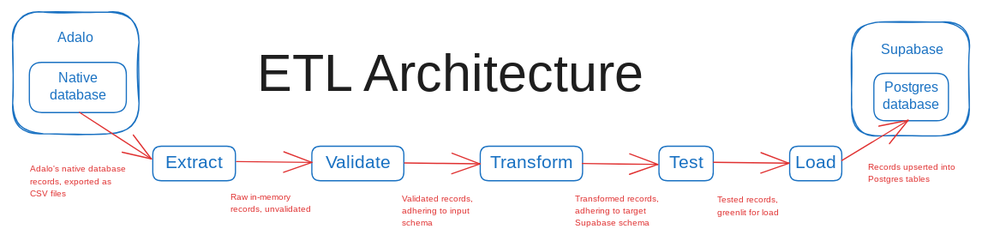
This is arch.excalidraw.svg from jperezopt/everloop-etl, a Excalidraw export, as it was before one commit. Source tidied: one line per element, renumbered; positions are measured from the earlier drawing's top-left corner, leaving out a move shared by most shapes.
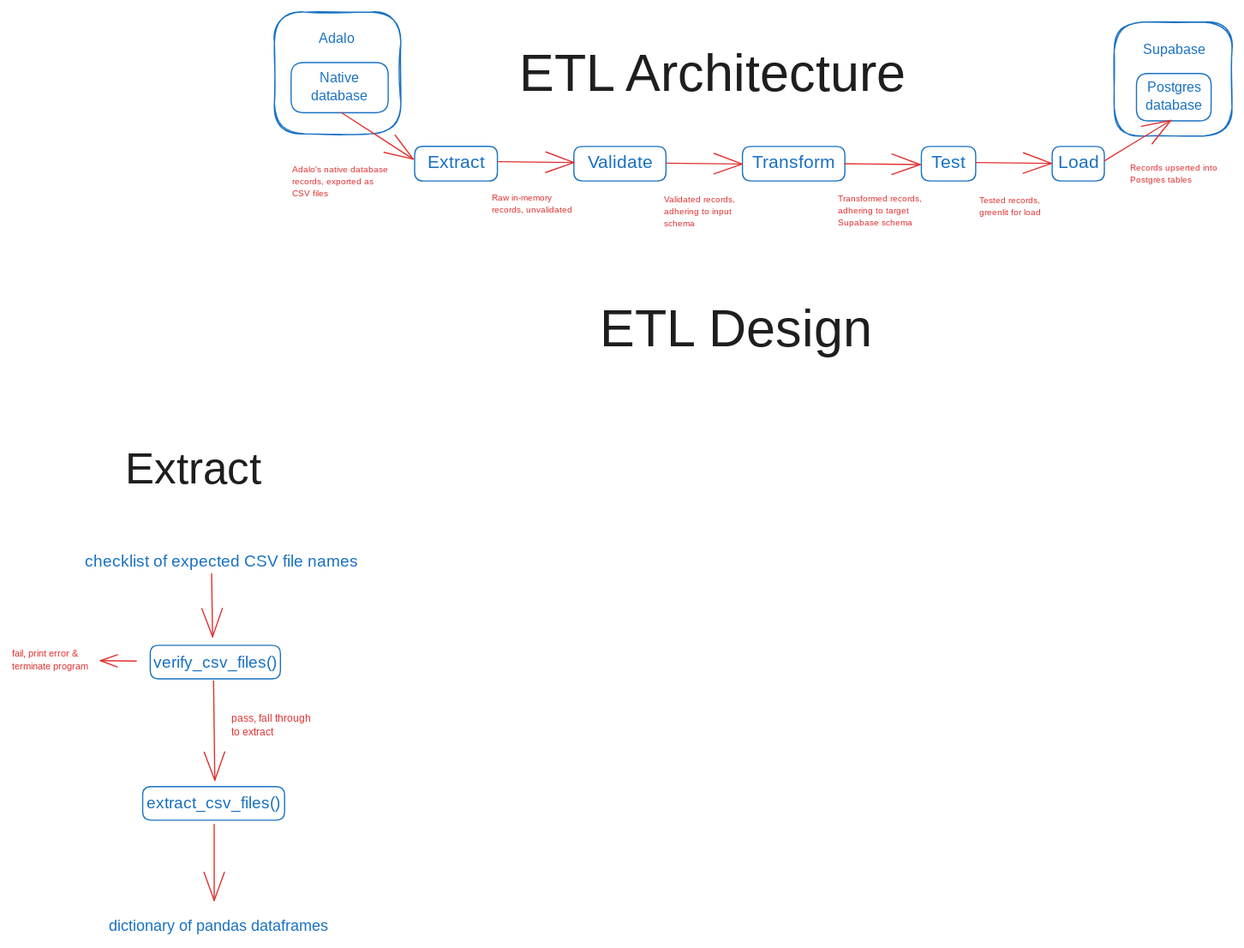
Above is the later version.

Commit message:
add extract design diagram

The edit, as a diff of the source:
```diff
@@ -17,6 +17,8 @@
 {"id": 16, "type": "rectangle", "strokeColor": "#1971c2", "strokeWidth": 1, "roughness": 0, "round": true, "x": 649, "y": 112, "width": 44, "height": 29}
 {"id": 17, "type": "text", "text": "Load", "strokeColor": "#1971c2", "strokeWidth": 1, "roughness": 0, "fontSize": 15.02, "fontFamily": 8, "textAlign": "center", "verticalAlign": "middle", "inside": 16, "x": 654, "y": 117, "width": 33, "height": 19}
 {"id": 18, "type": "text", "text": "ETL Architecture", "strokeColor": "#1e1e1e", "strokeWidth": 1, "roughness": 0, "fontSize": 43.82, "fontFamily": 8, "x": 204, "y": 28, "width": 386, "height": 55}
+{"id": 31, "type": "text", "text": "ETL Design", "strokeColor": "#1e1e1e", "strokeWidth": 1, "roughness": 0, "fontSize": 43.82, "fontFamily": 8, "x": 271, "y": 240, "width": 241, "height": 55}
+{"id": 32, "type": "text", "text": "Extract", "strokeColor": "#1e1e1e", "strokeWidth": 1, "roughness": 0, "fontSize": 36.5, "fontFamily": 8, "x": -124, "y": 361, "width": 141, "height": 46}
 {"id": 19, "type": "text", "text": "Adalo's native database\nrecords, exported as\nCSV files", "strokeColor": "#e03131", "strokeWidth": 1, "roughness": 0, "fontSize": 7.46, "fontFamily": 6, "x": 15, "y": 126, "width": 81, "height": 30}
 {"id": 20, "type": "text", "text": "Raw in-memory \nrecords, unvalidated", "strokeColor": "#e03131", "strokeWidth": 1, "roughness": 0, "fontSize": 7.46, "fontFamily": 6, "x": 182, "y": 149, "width": 68, "height": 20}
 {"id": 21, "type": "text", "text": "Validated records,\nadhering to input\nschema", "strokeColor": "#e03131", "strokeWidth": 1, "roughness": 0, "fontSize": 7.46, "fontFamily": 6, "x": 325, "y": 151, "width": 61, "height": 30}
@@ -29,3 +31,15 @@
 {"id": 28, "type": "arrow", "strokeColor": "#e03131", "strokeWidth": 1, "roughness": 0, "endArrowhead": "arrow", "round": true, "x": 476, "y": 126, "width": 63, "height": 1, "points": [[0, 0], [63, 1]]}
 {"id": 29, "type": "arrow", "strokeColor": "#e03131", "strokeWidth": 1, "roughness": 0, "endArrowhead": "arrow", "round": true, "x": 585, "y": 125, "width": 63, "height": 1, "points": [[0, 0], [63, 1]]}
 {"id": 30, "type": "arrow", "strokeColor": "#e03131", "strokeWidth": 1, "roughness": 0, "endArrowhead": "arrow", "round": true, "from": 16, "to": 4, "x": 692, "y": 124, "width": 55, "height": 34, "points": [[0, 0], [55, -34]]}
+{"id": 33, "type": "rectangle", "strokeColor": "#1971c2", "strokeWidth": 1, "roughness": 0, "round": true, "x": -104, "y": 528, "width": 109, "height": 28}
+{"id": 34, "type": "text", "text": "verify_csv_files()", "strokeColor": "#1971c2", "strokeWidth": 1, "roughness": 0, "fontSize": 13.33, "fontFamily": 6, "textAlign": "center", "verticalAlign": "middle", "inside": 33, "x": -98, "y": 533, "width": 98, "height": 18}
+{"id": 35, "type": "rectangle", "strokeColor": "#1971c2", "strokeWidth": 1, "roughness": 0, "round": true, "x": -110, "y": 646, "width": 118, "height": 28}
+{"id": 36, "type": "text", "text": "extract_csv_files()", "strokeColor": "#1971c2", "strokeWidth": 1, "roughness": 0, "fontSize": 13.33, "fontFamily": 6, "textAlign": "center", "verticalAlign": "middle", "inside": 35, "x": -105, "y": 651, "width": 108, "height": 18}
+{"id": 37, "type": "arrow", "strokeColor": "#e03131", "strokeWidth": 1, "roughness": 0, "endArrowhead": "arrow", "round": true, "from": 33, "to": 35, "x": -51, "y": 558, "width": 1, "height": 83, "points": [[0, 0], [1, 83]]}
+{"id": 38, "type": "arrow", "strokeColor": "#e03131", "strokeWidth": 1, "roughness": 0, "endArrowhead": "arrow", "round": true, "from": 33, "to": 39, "x": -115, "y": 541, "width": 30, "height": 0, "points": [[0, 0], [-30, 0]]}
+{"id": 39, "type": "text", "text": "fail, print error &\nterminate program", "strokeColor": "#e03131", "strokeWidth": 1, "roughness": 0, "fontSize": 7.85, "fontFamily": 6, "x": -219, "y": 530, "width": 66, "height": 21}
+{"id": 40, "type": "text", "text": "checklist of expected CSV file names", "strokeColor": "#1971c2", "strokeWidth": 1, "roughness": 0, "fontSize": 13.33, "fontFamily": 6, "x": -158, "y": 449, "width": 221, "height": 18}
+{"id": 41, "type": "arrow", "strokeColor": "#e03131", "strokeWidth": 1, "roughness": 0, "endArrowhead": "arrow", "round": true, "from": 40, "to": 33, "x": -52, "y": 468, "width": 1, "height": 53, "points": [[0, 0], [1, 53]]}
+{"id": 42, "type": "text", "text": "dictionary of pandas dataframes", "strokeColor": "#1971c2", "strokeWidth": 1, "roughness": 0, "fontSize": 12.88, "fontFamily": 6, "x": -138, "y": 753, "width": 188, "height": 17}
+{"id": 43, "type": "arrow", "strokeColor": "#e03131", "strokeWidth": 1, "roughness": 0, "endArrowhead": "arrow", "round": true, "from": 35, "to": 42, "x": -50, "y": 677, "width": 0, "height": 63, "points": [[0, 0], [0, 63]]}
+{"id": 44, "type": "text", "text": "pass, fall through \nto extract", "strokeColor": "#e03131", "strokeWidth": 1, "roughness": 0, "fontSize": 8.37, "fontFamily": 6, "x": -36, "y": 583, "width": 68, "height": 23}
```
